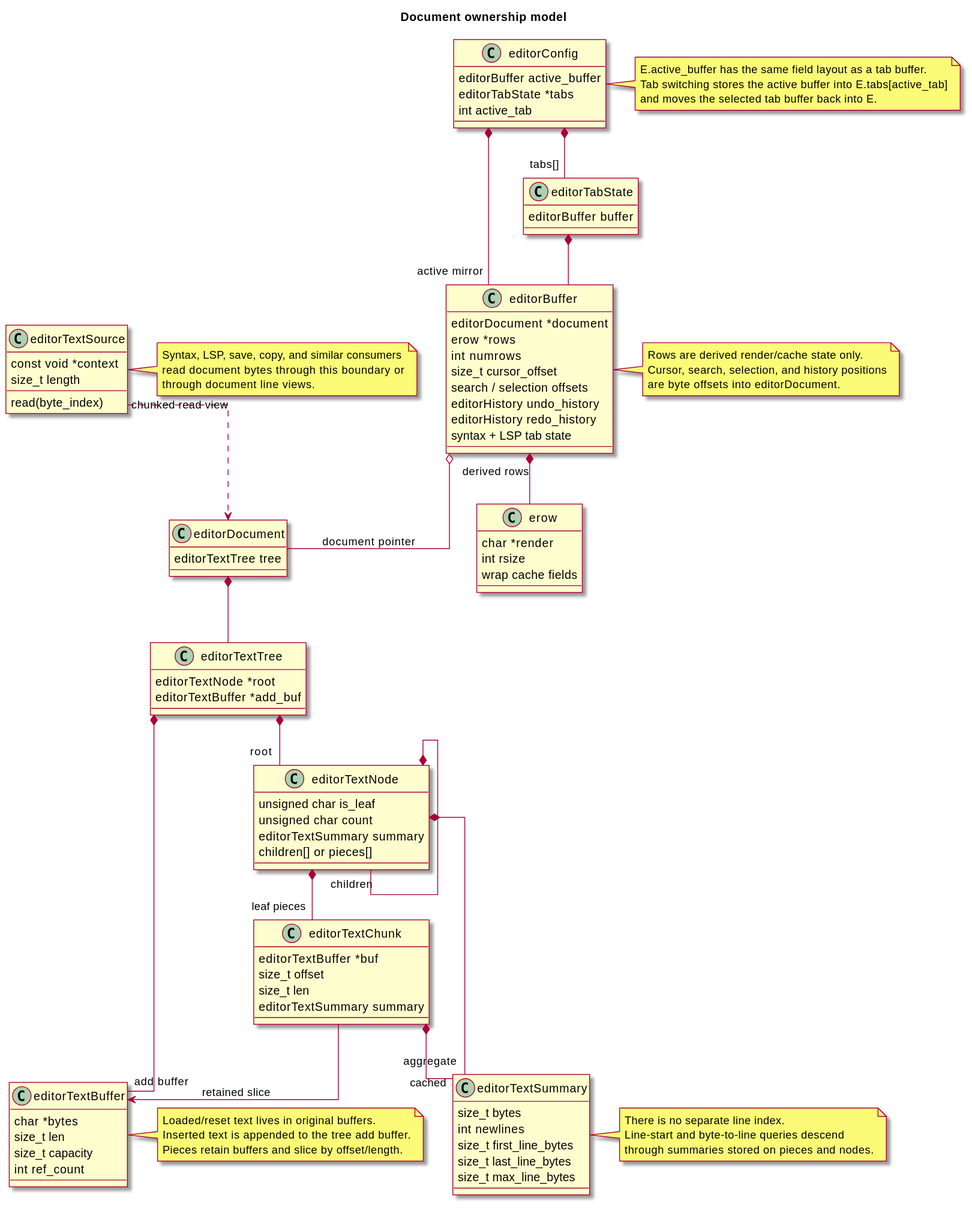
The PlantUML diagram docs/diagrams/svg/document-model.svg in kokkoniemi/rotide, before a commit. Its source is kept beside it as docs/diagrams/src/document-model.puml.
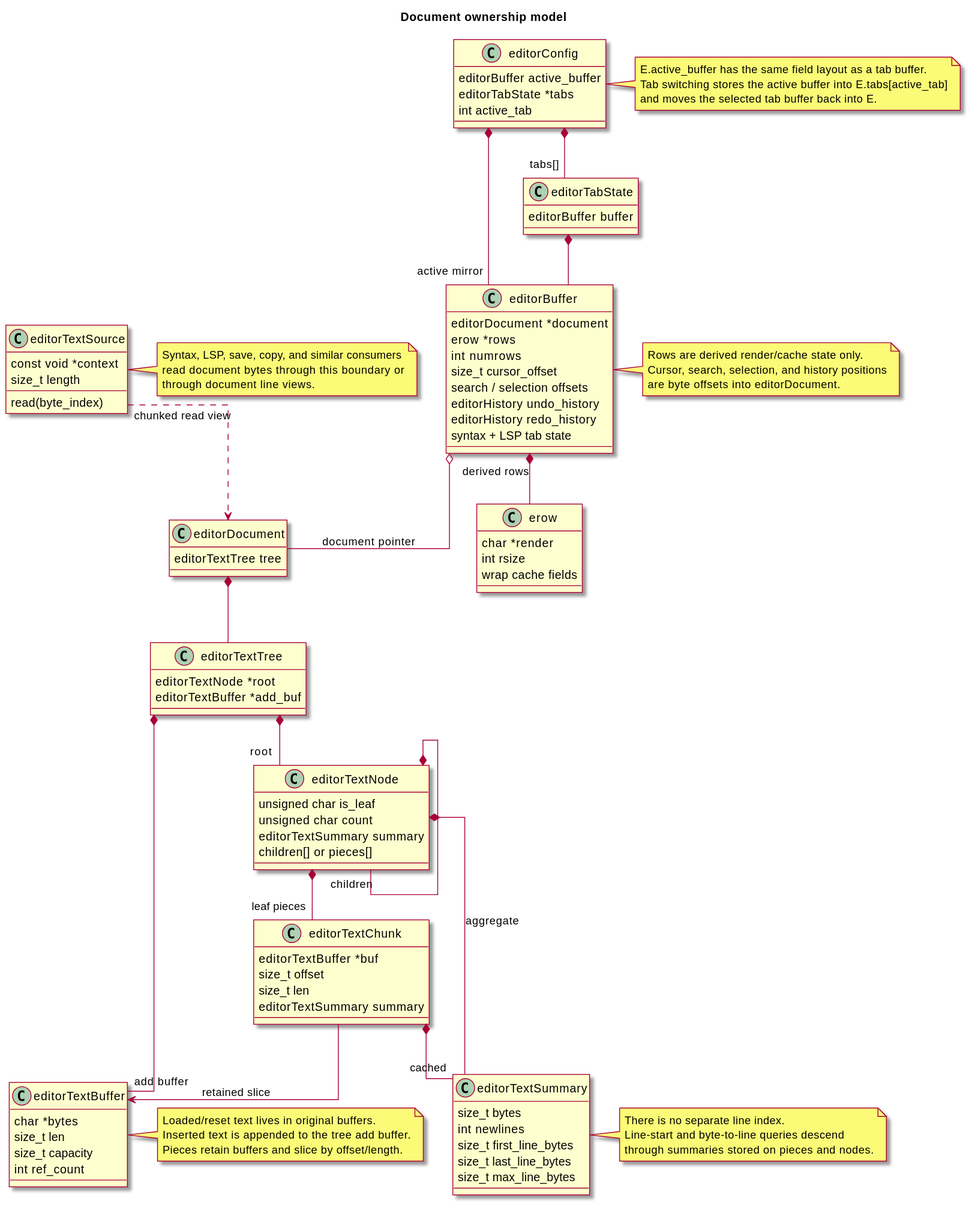
Later version of the same file.

What changed in the source:
```diff
@@ -91,11 +91,11 @@
 editorTextTree *-- "add buffer" editorTextBuffer
 editorTextNode *-- "children" editorTextNode
 editorTextNode *-- "leaf pieces" editorTextChunk
-editorTextNode *-- "aggregate" editorTextSummary
+editorTextNode *-- editorTextSummary : aggregate
 editorTextChunk --> editorTextBuffer : retained slice
 editorTextChunk *-- "cached" editorTextSummary
 
-editorTextSource ..> editorDocument : chunked read view
+editorTextSource "chunked read view" ..> editorDocument
 
 note right of editorConfig
   E.active_buffer has the same field layout as a tab buffer.
```
